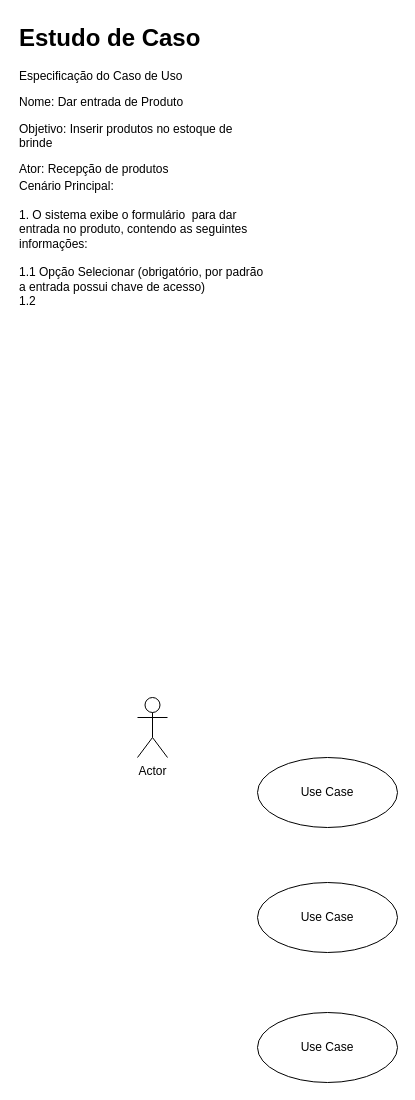
Earlier version of the draw.io diagram UML/ControleBrinde.drawio (HelenaNascimento/ControleBrind). Source tidied: cells renumbered, new cells numbered last; positions are measured from the earlier drawing's top-left corner, leaving out a move shared by most shapes. Both pictures are drawn from the tidied source at 100%, with x=0, y=0 at pixel (17, 17).
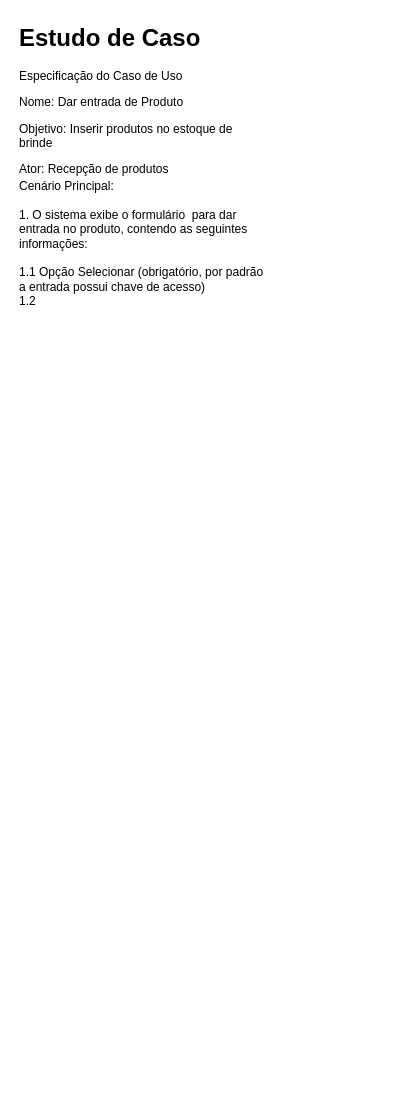
The same page after the edit.

Diff of the diagram source:
```diff
@@
 <mxGraphModel>
   <root>
     <mxCell id="0" />
     <mxCell id="1" parent="0" />
-    <mxCell id="2" value="Actor" style="shape=umlActor;verticalLabelPosition=bottom;verticalAlign=top;html=1;" parent="1" vertex="1">
-      <mxGeometry x="120" y="680" width="30" height="60" as="geometry" />
-    </mxCell>
     <mxCell id="3" value="&lt;h1 style=&quot;margin-top: 0px;&quot;&gt;Estudo de Caso&lt;/h1&gt;&lt;p&gt;Especificação do Caso de Uso&lt;br&gt;&lt;/p&gt;&lt;p&gt;Nome: Dar entrada de Produto&lt;/p&gt;&lt;p&gt;Objetivo: Inserir produtos no estoque de brinde&lt;/p&gt;&lt;p&gt;Ator: Recepção de produtos&lt;/p&gt;" style="text;html=1;whiteSpace=wrap;overflow=hidden;rounded=0;" parent="1" vertex="1">
       <mxGeometry width="250" height="160" as="geometry" />
     </mxCell>
-    <mxCell id="4" value="Use Case" style="ellipse;whiteSpace=wrap;html=1;" parent="1" vertex="1">
-      <mxGeometry x="240" y="740" width="140" height="70" as="geometry" />
-    </mxCell>
-    <mxCell id="5" value="Use Case" style="ellipse;whiteSpace=wrap;html=1;" parent="1" vertex="1">
-      <mxGeometry x="240" y="865" width="140" height="70" as="geometry" />
-    </mxCell>
-    <mxCell id="6" value="Use Case" style="ellipse;whiteSpace=wrap;html=1;" parent="1" vertex="1">
-      <mxGeometry x="240" y="995" width="140" height="70" as="geometry" />
-    </mxCell>
     <mxCell id="7" value="Cenário Principal:&lt;div&gt;&lt;br&gt;&lt;/div&gt;&lt;div&gt;1. O sistema exibe o formulário&amp;nbsp; para dar entrada no produto, contendo as seguintes informações:&lt;/div&gt;&lt;div&gt;&lt;br&gt;&lt;/div&gt;&lt;div&gt;1.1 Opção Selecionar (obrigatório, por padrão a entrada possui chave de acesso)&lt;/div&gt;&lt;div&gt;1.2&amp;nbsp;&lt;/div&gt;" style="text;spacingTop=-5;whiteSpace=wrap;html=1;align=left;fontSize=12;fontFamily=Helvetica;fillColor=none;strokeColor=none;" parent="1" vertex="1">
       <mxGeometry y="160" width="250" height="470" as="geometry" />
     </mxCell>
   </root>
 </mxGraphModel>
```
